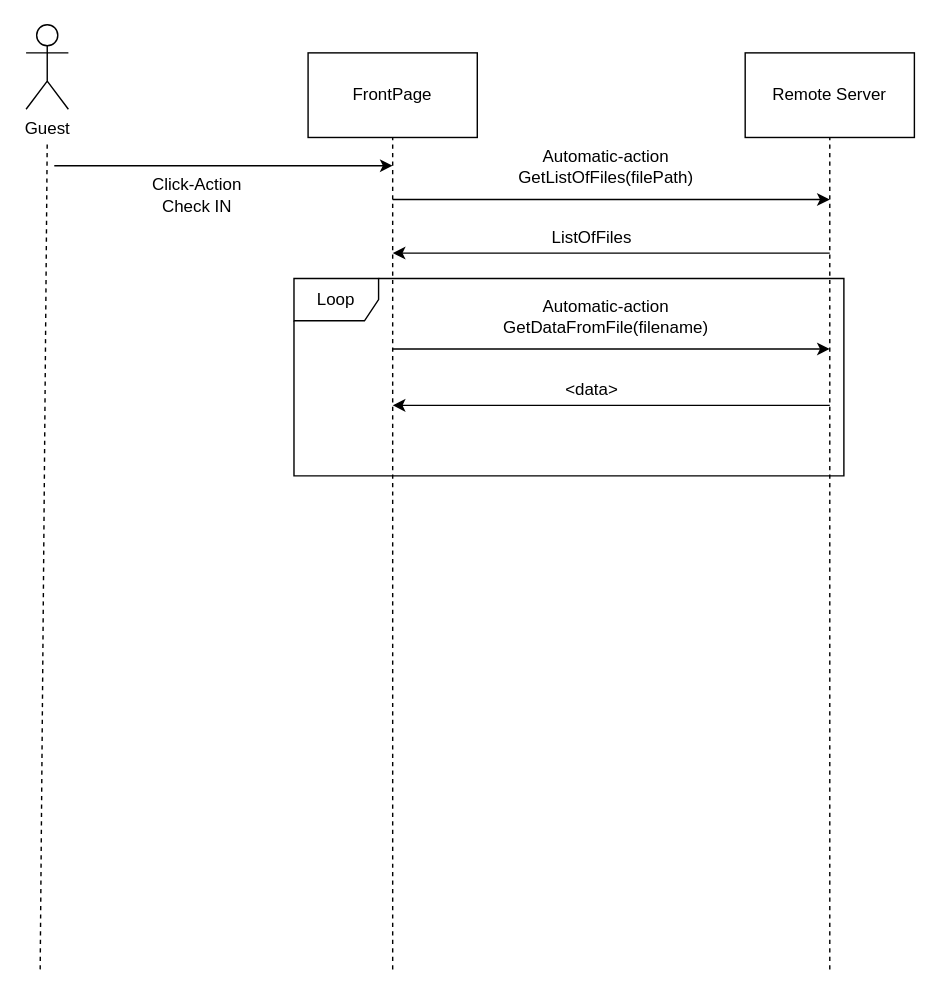
This is Elaboration/E1/Analysis and Design/Sequence Diagrams/Made By Rasmus/Get Data From Linux Server (Sequence Diagram).drawio from madsen353/yearoneproject, a draw.io file, before an edit. Source tidied: cells renumbered, new cells numbered last; positions are measured from the earlier drawing's top-left corner, leaving out a move shared by most shapes. Both pictures are drawn from the tidied source at 141%, with x=0, y=0 at pixel (25, 24).
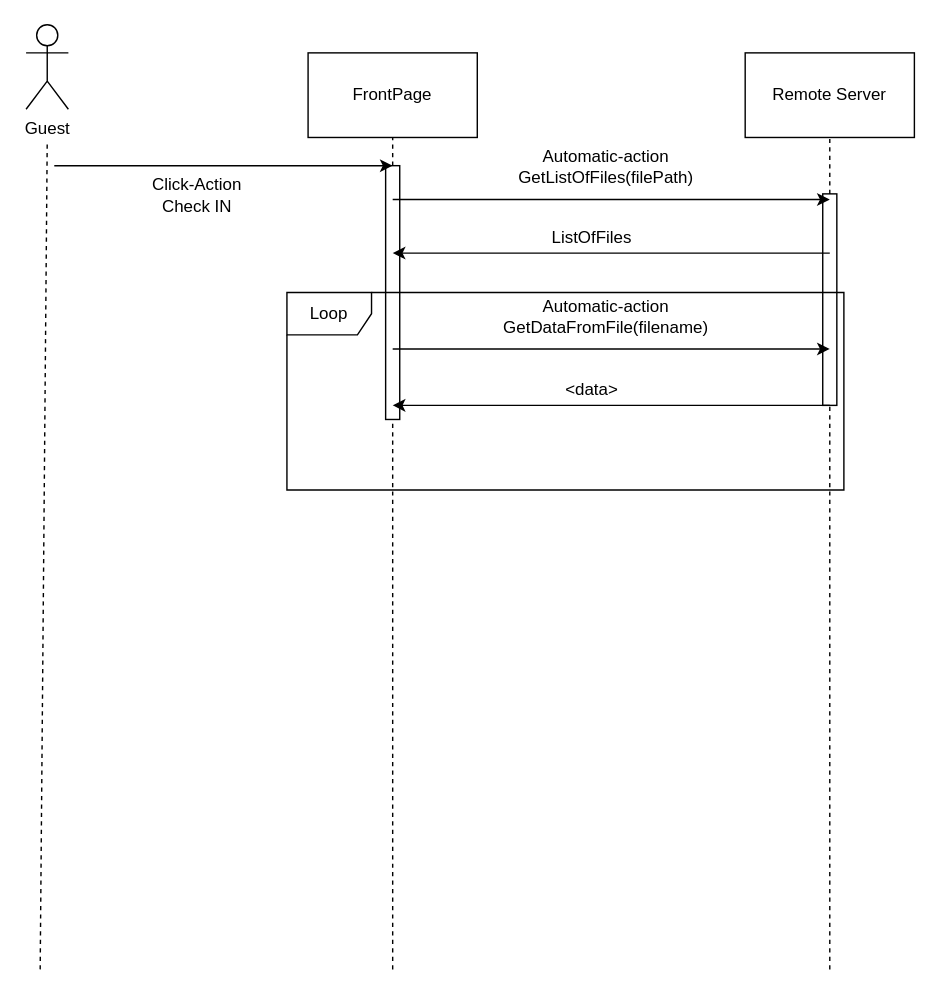
After the change.

The change refers to these unchanged cells:
```xml
<mxCell id="4" value="FrontPage" style="rounded=0;whiteSpace=wrap;html=1;" parent="1" vertex="1">
  <mxGeometry x="200" y="20" width="120" height="60" as="geometry" />
</mxCell>
<mxCell id="5" value="Remote Server" style="rounded=0;whiteSpace=wrap;html=1;" parent="1" vertex="1">
  <mxGeometry x="510" y="20" width="120" height="60" as="geometry" />
</mxCell>
```

Diff of the diagram source:
```diff
@@
+    <mxCell id="19" style="rounded=0;whiteSpace=wrap;html=1;" parent="1" vertex="1">
+      <mxGeometry x="565" y="120" width="10" height="150" as="geometry" />
+    </mxCell>
+    <mxCell id="20" style="rounded=0;whiteSpace=wrap;html=1;" parent="1" vertex="1">
+      <mxGeometry x="255" y="100" width="10" height="180" as="geometry" />
+    </mxCell>
@@
-    <mxCell id="6" style="endArrow=none;dashed=1;html=1;entryX=0.5;entryY=1;entryDx=0;entryDy=0;" parent="1" edge="1" target="5">
-      <mxGeometry relative="1" as="geometry">
-        <mxPoint x="570" y="670" as="sourcePoint" />
-      </mxGeometry>
+    <mxCell id="6" style="endArrow=none;dashed=1;html=1;entryX=0.5;entryY=1;entryDx=0;entryDy=0;" parent="1" edge="1" source="19" target="5">
+      <mxGeometry relative="1" as="geometry" />
     </mxCell>
-    <mxCell id="7" style="endArrow=none;dashed=1;html=1;entryX=0.5;entryY=1;entryDx=0;entryDy=0;" parent="1" edge="1" target="4">
-      <mxGeometry relative="1" as="geometry">
-        <mxPoint x="260" y="670" as="sourcePoint" />
-      </mxGeometry>
+    <mxCell id="7" style="endArrow=none;dashed=1;html=1;entryX=0.5;entryY=1;entryDx=0;entryDy=0;" parent="1" edge="1" source="20" target="4">
+      <mxGeometry relative="1" as="geometry" />
     </mxCell>
@@
     <mxCell id="16" value="Loop" style="shape=umlFrame;whiteSpace=wrap;html=1;" parent="1" vertex="1">
-      <mxGeometry x="190" y="180" width="390" height="140" as="geometry" />
+      <mxGeometry x="185" y="190" width="395" height="140" as="geometry" />
     </mxCell>
@@
+    <mxCell id="21" style="endArrow=none;dashed=1;html=1;entryX=0.5;entryY=1;entryDx=0;entryDy=0;" parent="1" edge="1" target="20">
+      <mxGeometry relative="1" as="geometry">
+        <mxPoint x="260" y="670" as="sourcePoint" />
+      </mxGeometry>
+    </mxCell>
+    <mxCell id="22" style="endArrow=none;dashed=1;html=1;entryX=0.5;entryY=1;entryDx=0;entryDy=0;" parent="1" edge="1" target="19">
+      <mxGeometry relative="1" as="geometry">
+        <mxPoint x="570" y="670" as="sourcePoint" />
+      </mxGeometry>
+    </mxCell>
```
